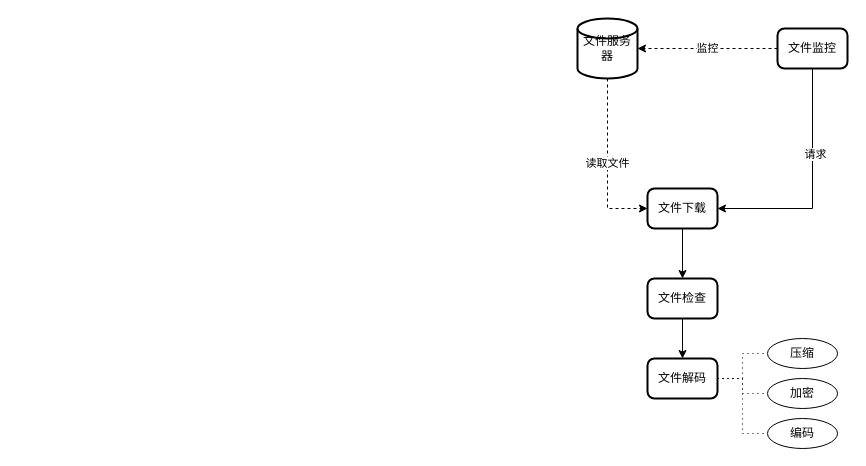
Before: page "Page-3" (3 of 7) of diagrams.net/DDDtest.drawio in ZhengweiHou/simplegit, a draw.io diagram. Source tidied: cells renumbered, new cells numbered last; positions are measured from the earlier drawing's top-left corner, leaving out a move shared by most shapes. Both pictures are drawn from the tidied source at 100%, with x=0, y=0 at pixel (577, 18).
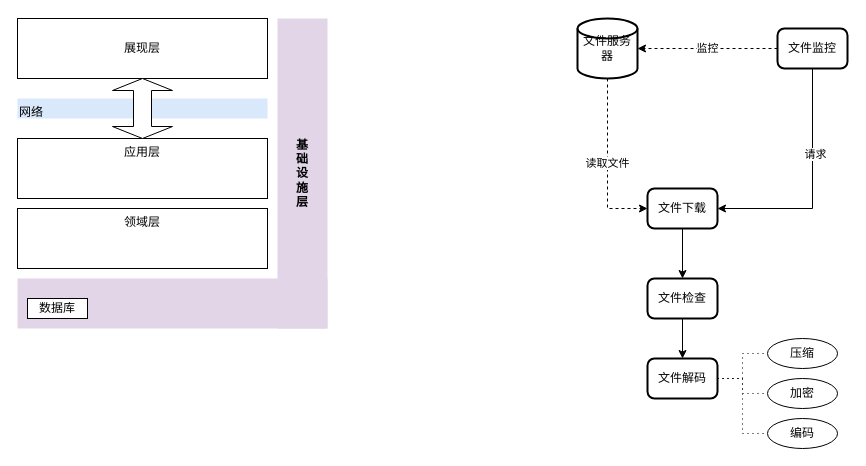
The same page after the edit.

The edit, as a diff of the source:
```diff
@@
+    <mxCell id="19" value="&lt;div&gt;展现层&lt;/div&gt;" style="rounded=0;whiteSpace=wrap;html=1;" parent="1" vertex="1">
+      <mxGeometry x="-560" width="250" height="60" as="geometry" />
+    </mxCell>
+    <mxCell id="20" value="应用层" style="rounded=0;whiteSpace=wrap;html=1;verticalAlign=top;" parent="1" vertex="1">
+      <mxGeometry x="-560" y="120" width="250" height="60" as="geometry" />
+    </mxCell>
+    <mxCell id="21" value="网络" style="rounded=0;whiteSpace=wrap;html=1;verticalAlign=top;fillColor=#dae8fc;strokeColor=none;align=left;" parent="1" vertex="1">
+      <mxGeometry x="-560" y="80" width="250" height="20" as="geometry" />
+    </mxCell>
+    <mxCell id="22" style="shape=doubleArrow;direction=south;whiteSpace=wrap;html=1;align=left;verticalAlign=top;" parent="1" vertex="1">
+      <mxGeometry x="-465" y="60" width="60" height="60" as="geometry" />
+    </mxCell>
+    <mxCell id="23" value="领域层" style="rounded=0;whiteSpace=wrap;html=1;verticalAlign=top;" parent="1" vertex="1">
+      <mxGeometry x="-560" y="190" width="250" height="60" as="geometry" />
+    </mxCell>
+    <mxCell id="24" style="rounded=0;whiteSpace=wrap;html=1;align=left;verticalAlign=top;fillColor=#e1d5e7;strokeColor=none;" parent="1" vertex="1">
+      <mxGeometry x="-560" y="260" width="310" height="50" as="geometry" />
+    </mxCell>
+    <mxCell id="25" value="&lt;div&gt;基&lt;br&gt;础&lt;br&gt;设&lt;br&gt;施&lt;br&gt;&lt;div&gt;层&lt;br&gt;&lt;/div&gt;&lt;/div&gt;" style="rounded=0;whiteSpace=wrap;html=1;align=center;verticalAlign=middle;fillColor=#e1d5e7;strokeColor=none;fontStyle=1;" parent="1" vertex="1">
+      <mxGeometry x="-300" width="50" height="310" as="geometry" />
+    </mxCell>
+    <mxCell id="26" value="数据库" style="rounded=0;whiteSpace=wrap;html=1;align=center;verticalAlign=middle;" parent="1" vertex="1">
+      <mxGeometry x="-550" y="280" width="60" height="20" as="geometry" />
+    </mxCell>
```
